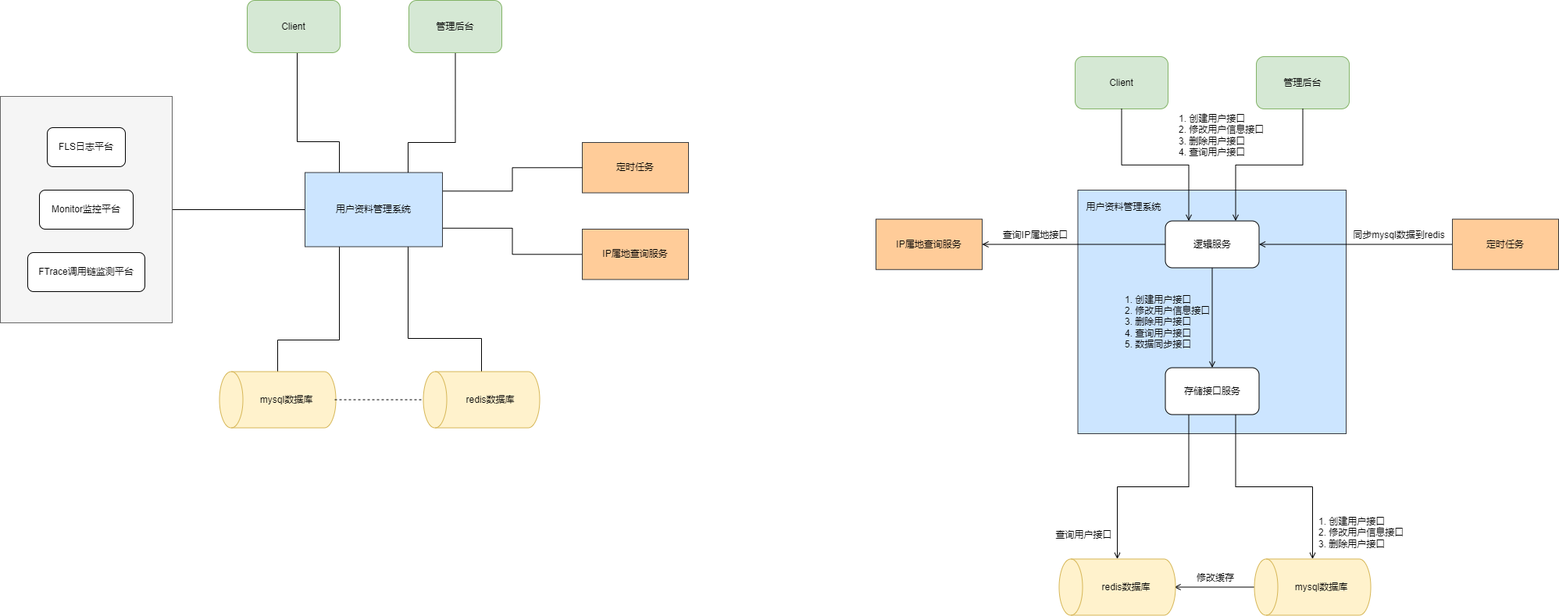
Above: Mini项目-系统架构.drawio.png in Sakura367/diagrams (draw.io), before the change. Source tidied: cells renumbered, new cells last; positions are measured from the earlier drawing's top-left corner, leaving out a move shared by most shapes.
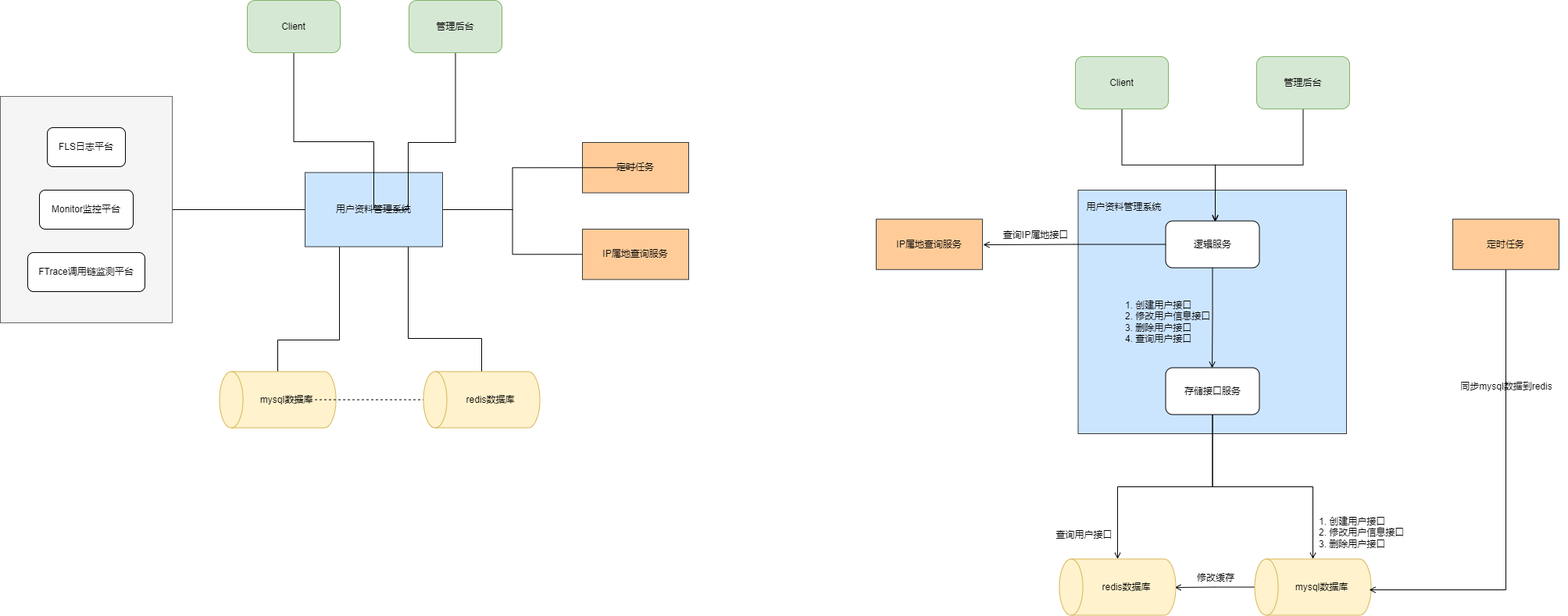
The same file after the commit.

Commit message:
更新Mini项目-系统架构.drawio.png

The edit, as a diff of the source:
```diff
@@ -85,10 +85,13 @@
     <mxCell id="22" value="管理后台" style="rounded=1;whiteSpace=wrap;html=1;fillColor=#d5e8d4;strokeColor=#82b366;" parent="1" vertex="1">
       <mxGeometry x="523" width="119" height="67" as="geometry" />
     </mxCell>
+    <mxCell id="50" style="edgeStyle=orthogonalEdgeStyle;rounded=0;jettySize=auto;html=1;exitX=0;exitY=0;exitDx=0;exitDy=0;fontColor=#000000;startArrow=none;startFill=0;endArrow=open;endFill=0;entryX=0.529;entryY=0.008;entryDx=0;entryDy=0;entryPerimeter=0;" parent="1" edge="1" source="23" target="34">
+      <mxGeometry relative="1" as="geometry" />
+    </mxCell>
     <mxCell id="23" value="Client" style="rounded=1;whiteSpace=wrap;html=1;fillColor=#d5e8d4;strokeColor=#82b366;" parent="1" vertex="1">
       <mxGeometry x="1376" y="72" width="119" height="67" as="geometry" />
     </mxCell>
-    <mxCell id="24" style="edgeStyle=orthogonalEdgeStyle;rounded=0;jettySize=auto;html=1;exitX=0.5;exitY=0;exitDx=0;exitDy=0;exitPerimeter=0;entryX=1;entryY=0.5;entryDx=0;entryDy=0;startArrow=none;startFill=0;endArrow=open;endFill=0;" parent="1" edge="1" source="25" target="28">
+    <mxCell id="24" style="edgeStyle=orthogonalEdgeStyle;rounded=0;jettySize=auto;html=1;exitX=0.5;exitY=0;exitDx=0;exitDy=0;exitPerimeter=0;entryX=1;entryY=0.513;entryDx=0;entryDy=0;entryPerimeter=0;fontColor=#000000;startArrow=none;startFill=0;endArrow=open;endFill=0;" parent="1" edge="1" source="25" target="28">
       <mxGeometry relative="1" as="geometry" />
     </mxCell>
     <mxCell id="25" style="shape=cylinder3;whiteSpace=wrap;html=1;boundedLbl=1;backgroundOutline=1;size=15;rotation=-90;align=left;fillColor=#fff2cc;strokeColor=#d6b656;" parent="1" vertex="1">
@@ -103,30 +106,27 @@
     <mxCell id="28" value="redis数据库" style="text;html=1;strokeColor=none;fillColor=none;align=center;verticalAlign=middle;whiteSpace=wrap;rounded=0;" parent="1" vertex="1">
       <mxGeometry x="1380" y="732.5" width="123" height="38" as="geometry" />
     </mxCell>
+    <mxCell id="51" style="edgeStyle=orthogonalEdgeStyle;rounded=0;jettySize=auto;html=1;exitX=0;exitY=0;exitDx=0;exitDy=0;entryX=0.529;entryY=0.025;entryDx=0;entryDy=0;entryPerimeter=0;fontColor=#000000;startArrow=none;startFill=0;endArrow=open;endFill=0;" parent="1" edge="1" source="29" target="34">
+      <mxGeometry relative="1" as="geometry" />
+    </mxCell>
     <mxCell id="29" value="管理后台" style="rounded=1;whiteSpace=wrap;html=1;fillColor=#d5e8d4;strokeColor=#82b366;" parent="1" vertex="1">
       <mxGeometry x="1608" y="72" width="119" height="67" as="geometry" />
     </mxCell>
-    <mxCell id="30" style="edgeStyle=orthogonalEdgeStyle;rounded=0;jettySize=auto;html=1;exitX=0.75;exitY=0;exitDx=0;exitDy=0;entryX=0.5;entryY=1;entryDx=0;entryDy=0;startArrow=open;startFill=0;endArrow=none;endFill=0;" parent="1" edge="1" source="34" target="29">
-      <mxGeometry relative="1" as="geometry" />
-    </mxCell>
-    <mxCell id="31" style="edgeStyle=orthogonalEdgeStyle;rounded=0;jettySize=auto;html=1;exitX=0.25;exitY=0;exitDx=0;exitDy=0;startArrow=open;startFill=0;endArrow=none;endFill=0;" parent="1" edge="1" source="34" target="23">
-      <mxGeometry relative="1" as="geometry" />
-    </mxCell>
-    <mxCell id="32" style="edgeStyle=orthogonalEdgeStyle;rounded=0;jettySize=auto;html=1;exitX=0.5;exitY=1;exitDx=0;exitDy=0;startArrow=none;startFill=0;endArrow=open;endFill=0;" parent="1" edge="1" source="34" target="37">
+    <mxCell id="32" style="edgeStyle=orthogonalEdgeStyle;rounded=0;jettySize=auto;html=1;exitX=0;exitY=0;exitDx=0;exitDy=0;entryX=0.496;entryY=0.008;entryDx=0;entryDy=0;entryPerimeter=0;fontColor=#000000;startArrow=none;startFill=0;endArrow=open;endFill=0;" parent="1" edge="1" source="34" target="37">
       <mxGeometry relative="1" as="geometry" />
     </mxCell>
-    <mxCell id="33" style="edgeStyle=orthogonalEdgeStyle;rounded=0;jettySize=auto;html=1;exitX=0;exitY=0.5;exitDx=0;exitDy=0;entryX=1;entryY=0.5;entryDx=0;entryDy=0;fontColor=#000000;startArrow=none;startFill=0;endArrow=open;endFill=0;" parent="1" edge="1" source="34" target="46">
+    <mxCell id="33" style="edgeStyle=orthogonalEdgeStyle;rounded=0;jettySize=auto;html=1;exitX=0;exitY=0;exitDx=0;exitDy=0;entryX=1.007;entryY=0.508;entryDx=0;entryDy=0;entryPerimeter=0;fontColor=#000000;startArrow=none;startFill=0;endArrow=open;endFill=0;" parent="1" edge="1" source="34" target="46">
       <mxGeometry relative="1" as="geometry" />
     </mxCell>
     <mxCell id="34" value="逻辑服务&lt;span style=&quot;color: rgba(0, 0, 0, 0); font-family: monospace; font-size: 0px; text-align: start;&quot;&gt;%3CmxGraphModel%3E%3Croot%3E%3CmxCell%20id%3D%220%22%2F%3E%3CmxCell%20id%3D%221%22%20parent%3D%220%22%2F%3E%3CmxCell%20id%3D%222%22%20style%3D%22edgeStyle%3DorthogonalEdgeStyle%3Brounded%3D0%3BorthogonalLoop%3D1%3BjettySize%3Dauto%3Bhtml%3D1%3BexitX%3D0%3BexitY%3D0.5%3BexitDx%3D0%3BexitDy%3D0%3BendArrow%3Dnone%3BendFill%3D0%3B%22%20edge%3D%221%22%20source%3D%223%22%20target%3D%227%22%20parent%3D%221%22%3E%3CmxGeometry%20relative%3D%221%22%20as%3D%22geometry%22%2F%3E%3C%2FmxCell%3E%3CmxCell%20id%3D%223%22%20value%3D%22%E5%AE%9A%E6%97%B6%E4%BB%BB%E5%8A%A1%22%20style%3D%22rounded%3D0%3BwhiteSpace%3Dwrap%3Bhtml%3D1%3BfillColor%3D%23dae8fc%3BstrokeColor%3D%236c8ebf%3B%22%20vertex%3D%221%22%20parent%3D%221%22%3E%3CmxGeometry%20x%3D%22777%22%20y%3D%22342.75%22%20width%3D%22136%22%20height%3D%2264.5%22%20as%3D%22geometry%22%2F%3E%3C%2FmxCell%3E%3CmxCell%20id%3D%224%22%20style%3D%22rounded%3D0%3BorthogonalLoop%3D1%3BjettySize%3Dauto%3Bhtml%3D1%3BexitX%3D0%3BexitY%3D0.5%3BexitDx%3D0%3BexitDy%3D0%3BendArrow%3Dnone%3BendFill%3D0%3B%22%20edge%3D%221%22%20source%3D%227%22%20target%3D%228%22%20parent%3D%221%22%3E%3CmxGeometry%20relative%3D%221%22%20as%3D%22geometry%22%2F%3E%3C%2FmxCell%3E%3CmxCell%20id%3D%225%22%20style%3D%22edgeStyle%3DorthogonalEdgeStyle%3Brounded%3D0%3BorthogonalLoop%3D1%3BjettySize%3Dauto%3Bhtml%3D1%3BexitX%3D0.75%3BexitY%3D1%3BexitDx%3D0%3BexitDy%3D0%3BentryX%3D1%3BentryY%3D0.5%3BentryDx%3D0%3BentryDy%3D0%3BentryPerimeter%3D0%3BendArrow%3Dnone%3BendFill%3D0%3B%22%20edge%3D%221%22%20source%3D%227%22%20target%3D%2217%22%20parent%3D%221%22%3E%3CmxGeometry%20relative%3D%221%22%20as%3D%22geometry%22%3E%3CArray%20as%3D%22points%22%3E%3CmxPoint%20x%3D%22622%22%20y%3D%22540%22%2F%3E%3CmxPoint%20x%3D%22716%22%20y%3D%22540%22%2F%3E%3C%2FArray%3E%3C%2FmxGeometry%3E%3C%2FmxCell%3E%3CmxCell%20id%3D%226%22%20style%3D%22edgeStyle%3DorthogonalEdgeStyle%3Brounded%3D0%3BorthogonalLoop%3D1%3BjettySize%3Dauto%3Bhtml%3D1%3BexitX%3D0.25%3BexitY%3D1%3BexitDx%3D0%3BexitDy%3D0%3BendArrow%3Dnone%3BendFill%3D0%3B%22%20edge%3D%221%22%20source%3D%227%22%20target%3D%2214%22%20parent%3D%221%22%3E%3CmxGeometry%20relative%3D%221%22%20as%3D%22geometry%22%3E%3CArray%20as%3D%22points%22%3E%3CmxPoint%20x%3D%22534%22%20y%3D%22542%22%2F%3E%3CmxPoint%20x%3D%22455%22%20y%3D%22542%22%2F%3E%3C%2FArray%3E%3C%2FmxGeometry%3E%3C%2FmxCell%3E%3CmxCell%20id%3D%227%22%20value%3D%22%E7%94%A8%E6%88%B7%E8%B5%84%E6%96%99%E7%AE%A1%E7%90%86%E7%B3%BB%E7%BB%9F%22%20style%3D%22rounded%3D0%3BwhiteSpace%3Dwrap%3Bhtml%3D1%3B%22%20vertex%3D%221%22%20parent%3D%221%22%3E%3CmxGeometry%20x%3D%22490%22%20y%3D%22327.5%22%20width%3D%22176%22%20height%3D%2295%22%20as%3D%22geometry%22%2F%3E%3C%2FmxCell%3E%3CmxCell%20id%3D%228%22%20value%3D%22%22%20style%3D%22rounded%3D0%3BwhiteSpace%3Dwrap%3Bhtml%3D1%3BfillColor%3D%23f5f5f5%3BfontColor%3D%23333333%3BstrokeColor%3D%23666666%3B%22%20vertex%3D%221%22%20parent%3D%221%22%3E%3CmxGeometry%20x%3D%22100%22%20y%3D%22230%22%20width%3D%22220%22%20height%3D%22290%22%20as%3D%22geometry%22%2F%3E%3C%2FmxCell%3E%3CmxCell%20id%3D%229%22%20value%3D%22FLS%E6%97%A5%E5%BF%97%E5%B9%B3%E5%8F%B0%22%20style%3D%22rounded%3D1%3BwhiteSpace%3Dwrap%3Bhtml%3D1%3B%22%20vertex%3D%221%22%20parent%3D%221%22%3E%3CmxGeometry%20x%3D%22160%22%20y%3D%22270%22%20width%3D%22100%22%20height%3D%2250%22%20as%3D%22geometry%22%2F%3E%3C%2FmxCell%3E%3CmxCell%20id%3D%2210%22%20value%3D%22Monitor%E7%9B%91%E6%8E%A7%E5%B9%B3%E5%8F%B0%22%20style%3D%22rounded%3D1%3BwhiteSpace%3Dwrap%3Bhtml%3D1%3B%22%20vertex%3D%221%22%20parent%3D%221%22%3E%3CmxGeometry%20x%3D%22150%22%20y%3D%22350%22%20width%3D%22120%22%20height%3D%2250%22%20as%3D%22geometry%22%2F%3E%3C%2FmxCell%3E%3CmxCell%20id%3D%2211%22%20value%3D%22FTrace%E8%B0%83%E7%94%A8%E9%93%BE%E7%9B%91%E6%B5%8B%E5%B9%B3%E5%8F%B0%22%20style%3D%22rounded%3D1%3BwhiteSpace%3Dwrap%3Bhtml%3D1%3B%22%20vertex%3D%221%22%20parent%3D%221%22%3E%3CmxGeometry%20x%3D%22135%22%20y%3D%22430%22%20width%3D%22150%22%20height%3D%2250%22%20as%3D%22geometry%22%2F%3E%3C%2FmxCell%3E%3CmxCell%20id%3D%2212%22%20style%3D%22edgeStyle%3DorthogonalEdgeStyle%3Brounded%3D0%3BorthogonalLoop%3D1%3BjettySize%3Dauto%3Bhtml%3D1%3BexitX%3D0.5%3BexitY%3D1%3BexitDx%3D0%3BexitDy%3D0%3BentryX%3D0.25%3BentryY%3D0%3BentryDx%3D0%3BentryDy%3D0%3BendArrow%3Dnone%3BendFill%3D0%3B%22%20edge%3D%221%22%20source%3D%2213%22%20target%3D%227%22%20parent%3D%221%22%3E%3CmxGeometry%20relative%3D%221%22%20as%3D%22geometry%22%3E%3CArray%20as%3D%22points%22%3E%3CmxPoint%20x%3D%22480%22%20y%3D%22288%22%2F%3E%3CmxPoint%20x%3D%22534%22%20y%3D%22288%22%2F%3E%3C%2FArray%3E%3C%2FmxGeometry%3E%3C%2FmxCell%3E%3CmxCell%20id%3D%2213%22%20value%3D%22Client%22%20style%3D%22rounded%3D1%3BwhiteSpace%3Dwrap%3Bhtml%3D1%3BfillColor%3D%23d5e8d4%3BstrokeColor%3D%2382b366%3B%22%20vertex%3D%221%22%20parent%3D%221%22%3E%3CmxGeometry%20x%3D%22416%22%20y%3D%22107%22%20width%3D%22119%22%20height%3D%2267%22%20as%3D%22geometry%22%2F%3E%3C%2FmxCell%3E%3CmxCell%20id%3D%2214%22%20value%3D%22%22%20style%3D%22shape%3Dcylinder3%3BwhiteSpace%3Dwrap%3Bhtml%3D1%3BboundedLbl%3D1%3BbackgroundOutline%3D1%3Bsize%3D15%3Brotation%3D-90%3Balign%3Dleft%3BfillColor%3D%23ffe6cc%3BstrokeColor%3D%23d79b00%3B%22%20vertex%3D%221%22%20parent%3D%221%22%3E%3CmxGeometry%20x%3D%22419%22%20y%3D%22544%22%20width%3D%2272%22%20height%3D%22149%22%20as%3D%22geometry%22%2F%3E%3C%2FmxCell%3E%3CmxCell%20id%3D%2215%22%20style%3D%22edgeStyle%3DorthogonalEdgeStyle%3Brounded%3D0%3BorthogonalLoop%3D1%3BjettySize%3Dauto%3Bhtml%3D1%3BexitX%3D1%3BexitY%3D0.5%3BexitDx%3D0%3BexitDy%3D0%3BentryX%3D0.5%3BentryY%3D0%3BentryDx%3D0%3BentryDy%3D0%3BentryPerimeter%3D0%3BendArrow%3Dnone%3BendFill%3D0%3Bdashed%3D1%3B%22%20edge%3D%221%22%20source%3D%2216%22%20target%3D%2217%22%20parent%3D%221%22%3E%3CmxGeometry%20relative%3D%221%22%20as%3D%22geometry%22%2F%3E%3C%2FmxCell%3E%3CmxCell%20id%3D%2216%22%20value%3D%22mysql%E6%95%B0%E6%8D%AE%E5%BA%93%22%20style%3D%22text%3Bhtml%3D1%3BstrokeColor%3Dnone%3BfillColor%3Dnone%3Balign%3Dcenter%3BverticalAlign%3Dmiddle%3BwhiteSpace%3Dwrap%3Brounded%3D0%3B%22%20vertex%3D%221%22%20parent%3D%221%22%3E%3CmxGeometry%20x%3D%22405%22%20y%3D%22599.5%22%20width%3D%22123%22%20height%3D%2238%22%20as%3D%22geometry%22%2F%3E%3C%2FmxCell%3E%3CmxCell%20id%3D%2217%22%20value%3D%22%22%20style%3D%22shape%3Dcylinder3%3BwhiteSpace%3Dwrap%3Bhtml%3D1%3BboundedLbl%3D1%3BbackgroundOutline%3D1%3Bsize%3D15%3Brotation%3D-90%3Balign%3Dleft%3BfillColor%3D%23fff2cc%3BstrokeColor%3D%23d6b656%3B%22%20vertex%3D%221%22%20parent%3D%221%22%3E%3CmxGeometry%20x%3D%22680%22%20y%3D%22544%22%20width%3D%2272%22%20height%3D%22149%22%20as%3D%22geometry%22%2F%3E%3C%2FmxCell%3E%3CmxCell%20id%3D%2218%22%20value%3D%22redis%E6%95%B0%E6%8D%AE%E5%BA%93%22%20style%3D%22text%3Bhtml%3D1%3BstrokeColor%3Dnone%3BfillColor%3Dnone%3Balign%3Dcenter%3BverticalAlign%3Dmiddle%3BwhiteSpace%3Dwrap%3Brounded%3D0%3B%22%20vertex%3D%221%22%20parent%3D%221%22%3E%3CmxGeometry%20x%3D%22666%22%20y%3D%22599.5%22%20width%3D%22123%22%20height%3D%2238%22%20as%3D%22geometry%22%2F%3E%3C%2FmxCell%3E%3CmxCell%20id%3D%2219%22%20style%3D%22edgeStyle%3DorthogonalEdgeStyle%3Brounded%3D0%3BorthogonalLoop%3D1%3BjettySize%3Dauto%3Bhtml%3D1%3BexitX%3D0.5%3BexitY%3D1%3BexitDx%3D0%3BexitDy%3D0%3BentryX%3D0.75%3BentryY%3D0%3BentryDx%3D0%3BentryDy%3D0%3BendArrow%3Dnone%3BendFill%3D0%3B%22%20edge%3D%221%22%20source%3D%2220%22%20target%3D%227%22%20parent%3D%221%22%3E%3CmxGeometry%20relative%3D%221%22%20as%3D%22geometry%22%3E%3CArray%20as%3D%22points%22%3E%3CmxPoint%20x%3D%22683%22%20y%3D%22289%22%2F%3E%3CmxPoint%20x%3D%22622%22%20y%3D%22289%22%2F%3E%3C%2FArray%3E%3C%2FmxGeometry%3E%3C%2FmxCell%3E%3CmxCell%20id%3D%2220%22%20value%3D%22%E7%AE%A1%E7%90%86%E5%90%8E%E5%8F%B0%22%20style%3D%22rounded%3D1%3BwhiteSpace%3Dwrap%3Bhtml%3D1%3BfillColor%3D%23d5e8d4%3BstrokeColor%3D%2382b366%3B%22%20vertex%3D%221%22%20parent%3D%221%22%3E%3CmxGeometry%20x%3D%22623%22%20y%3D%22107%22%20width%3D%22119%22%20height%3D%2267%22%20as%3D%22geometry%22%2F%3E%3C%2FmxCell%3E%3C%2Froot%3E%3C%2FmxGraphModel%3E&lt;/span&gt;" style="rounded=1;whiteSpace=wrap;html=1;" parent="1" vertex="1">
       <mxGeometry x="1491.5" y="282.5" width="120" height="60" as="geometry" />
     </mxCell>
+    <mxCell id="36" style="edgeStyle=orthogonalEdgeStyle;rounded=0;jettySize=auto;html=1;exitX=0;exitY=0;exitDx=0;exitDy=0;entryX=1;entryY=0.5;entryDx=0;entryDy=0;entryPerimeter=0;fontColor=#000000;startArrow=none;startFill=0;endArrow=open;endFill=0;" parent="1" edge="1" source="37" target="25">
+      <mxGeometry relative="1" as="geometry" />
+    </mxCell>
-    <mxCell id="35" style="edgeStyle=orthogonalEdgeStyle;rounded=0;jettySize=auto;html=1;exitX=0.25;exitY=1;exitDx=0;exitDy=0;fontColor=#000000;startArrow=none;startFill=0;endArrow=open;endFill=0;" parent="1" edge="1" source="37" target="27">
+    <mxCell id="35" style="edgeStyle=orthogonalEdgeStyle;rounded=0;jettySize=auto;html=1;exitX=0;exitY=0;exitDx=0;exitDy=0;entryX=1;entryY=0.5;entryDx=0;entryDy=0;entryPerimeter=0;fontColor=#000000;startArrow=none;startFill=0;endArrow=open;endFill=0;" parent="1" edge="1" source="37" target="27">
       <mxGeometry relative="1" as="geometry" />
     </mxCell>
-    <mxCell id="36" style="edgeStyle=orthogonalEdgeStyle;rounded=0;jettySize=auto;html=1;exitX=0.75;exitY=1;exitDx=0;exitDy=0;fontColor=#000000;startArrow=none;startFill=0;endArrow=open;endFill=0;" parent="1" edge="1" source="37" target="25">
-      <mxGeometry relative="1" as="geometry" />
-    </mxCell>
     <mxCell id="37" value="存储接口服务" style="rounded=1;whiteSpace=wrap;html=1;" parent="1" vertex="1">
       <mxGeometry x="1491.5" y="470.5" width="120" height="60" as="geometry" />
     </mxCell>
@@ -136,21 +136,22 @@
     <mxCell id="39" value="&lt;font color=&quot;#000000&quot;&gt;IP属地查询服务&lt;/font&gt;" style="rounded=0;whiteSpace=wrap;html=1;fillColor=#ffcc99;strokeColor=#36393d;" parent="1" vertex="1">
       <mxGeometry x="745" y="293" width="136" height="64.5" as="geometry" />
     </mxCell>
-    <mxCell id="40" value="1. 创建用户接口&lt;br&gt;2. 修改用户信息接口&lt;br&gt;3. 删除用户接口&lt;br&gt;&lt;div style=&quot;&quot;&gt;&lt;span style=&quot;background-color: initial;&quot;&gt;4. 查询用户接口&lt;/span&gt;&lt;/div&gt;" style="text;html=1;strokeColor=none;fillColor=none;align=left;verticalAlign=middle;whiteSpace=wrap;rounded=0;" parent="1" vertex="1">
-      <mxGeometry x="1507" y="132" width="164" height="81" as="geometry" />
-    </mxCell>
     <mxCell id="41" value="查询用户接口" style="text;html=1;strokeColor=none;fillColor=none;align=center;verticalAlign=middle;whiteSpace=wrap;rounded=0;" parent="1" vertex="1">
       <mxGeometry x="1332" y="660" width="111" height="49.5" as="geometry" />
     </mxCell>
-    <mxCell id="42" value="1. 创建用户接口&lt;br&gt;2. 修改用户信息接口&lt;br&gt;3. 删除用户接口&lt;br&gt;&lt;div style=&quot;&quot;&gt;&lt;span style=&quot;background-color: initial;&quot;&gt;4. 查询用户接口&lt;/span&gt;&lt;/div&gt;&lt;div style=&quot;&quot;&gt;&lt;span style=&quot;background-color: initial;&quot;&gt;5. 数据同步接口&lt;/span&gt;&lt;/div&gt;" style="text;html=1;strokeColor=none;fillColor=none;align=left;verticalAlign=middle;whiteSpace=wrap;rounded=0;" parent="1" vertex="1">
+    <mxCell id="42" value="1. 创建用户接口&lt;br&gt;2. 修改用户信息接口&lt;br&gt;3. 删除用户接口&lt;br&gt;&lt;div style=&quot;&quot;&gt;&lt;span style=&quot;background-color: initial;&quot;&gt;4. 查询用户接口&lt;/span&gt;&lt;/div&gt;" style="text;html=1;strokeColor=none;fillColor=none;align=left;verticalAlign=middle;whiteSpace=wrap;rounded=0;" parent="1" vertex="1">
       <mxGeometry x="1438" y="371" width="164" height="81" as="geometry" />
     </mxCell>
     <mxCell id="43" value="1. 创建用户接口&lt;br&gt;2. 修改用户信息接口&lt;br&gt;3. 删除用户接口" style="text;html=1;strokeColor=none;fillColor=none;align=left;verticalAlign=middle;whiteSpace=wrap;rounded=0;" parent="1" vertex="1">
       <mxGeometry x="1686" y="641" width="164" height="81" as="geometry" />
     </mxCell>
-    <mxCell id="44" style="edgeStyle=orthogonalEdgeStyle;rounded=0;jettySize=auto;html=1;exitX=0;exitY=0.5;exitDx=0;exitDy=0;fontColor=#000000;startArrow=none;startFill=0;endArrow=open;endFill=0;" parent="1" edge="1" source="45" target="34">
-      <mxGeometry relative="1" as="geometry" />
-    </mxCell>
+    <mxCell id="52" style="edgeStyle=orthogonalEdgeStyle;rounded=0;jettySize=auto;html=1;exitX=0;exitY=0;exitDx=0;exitDy=0;entryX=0.992;entryY=0.592;entryDx=0;entryDy=0;entryPerimeter=0;fontColor=#000000;startArrow=none;startFill=0;endArrow=open;endFill=0;" parent="1" edge="1" source="45" target="26">
+      <mxGeometry relative="1" as="geometry">
+        <Array as="points">
+          <mxPoint x="1927" y="755" />
+        </Array>
+      </mxGeometry>
+    </mxCell>
     <mxCell id="45" value="定时任务" style="rounded=0;whiteSpace=wrap;html=1;fillColor=#ffcc99;strokeColor=#36393d;" parent="1" vertex="1">
       <mxGeometry x="1859" y="280.2" width="136" height="64.5" as="geometry" />
     </mxCell>
@@ -161,7 +162,7 @@
       <mxGeometry x="1266" y="277" width="119" height="48" as="geometry" />
     </mxCell>
     <mxCell id="48" value="同步mysql数据到redis" style="text;html=1;strokeColor=none;fillColor=none;align=center;verticalAlign=middle;whiteSpace=wrap;rounded=0;" parent="1" vertex="1">
-      <mxGeometry x="1713" y="277" width="156" height="48" as="geometry" />
+      <mxGeometry x="1850" y="470.5" width="156" height="48" as="geometry" />
     </mxCell>
     <mxCell id="49" value="修改缓存" style="text;html=1;strokeColor=none;fillColor=none;align=center;verticalAlign=middle;whiteSpace=wrap;rounded=0;fontColor=#000000;" parent="1" vertex="1">
       <mxGeometry x="1526" y="725" width="60" height="30" as="geometry" />
```
